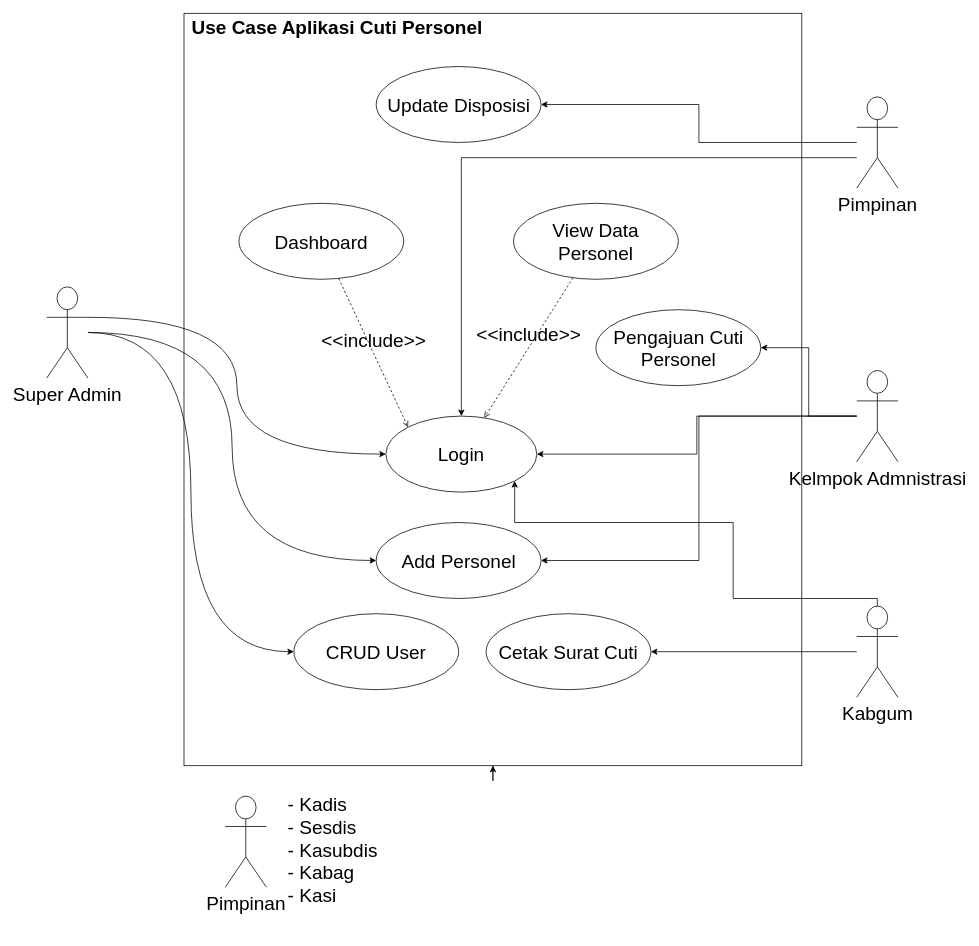
Above: Use Case.drawio in rahmatulfajri10/server (draw.io), before the change. Source tidied: cells renumbered, new cells numbered last; positions are measured from the earlier drawing's top-left corner, leaving out a move shared by most shapes. Both pictures are drawn from the tidied source at 76%, with x=0, y=0 at pixel (46, 13).
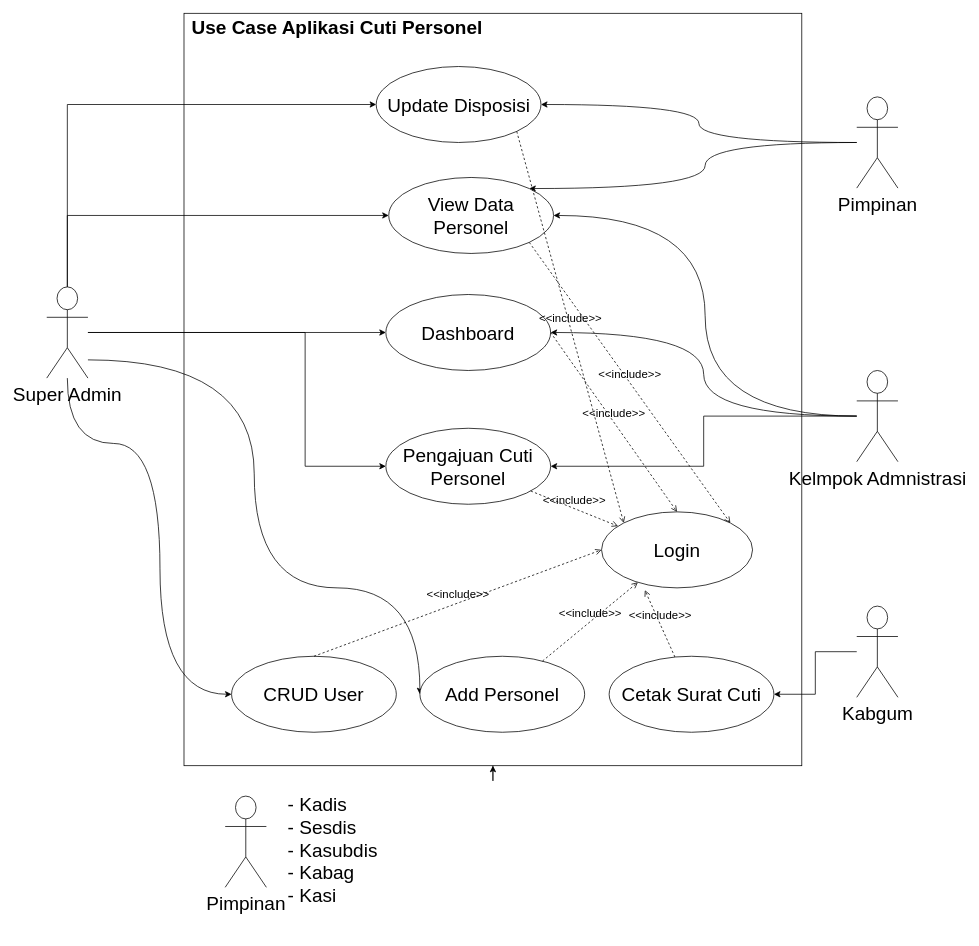
The same page after the edit.

What changed in the source:
```diff
@@
-    <mxCell id="2" style="group;fontSize=25;" parent="1" vertex="1">
-      <mxGeometry width="1120" height="1210" as="geometry" />
-    </mxCell>
-    <mxCell id="3" value="&lt;p style=&quot;margin: 4px 0px 0px 10px; text-align: left; font-size: 25px;&quot;&gt;&lt;b style=&quot;font-size: 25px;&quot;&gt;Use Case Aplikasi Cuti Personel&lt;/b&gt;&lt;/p&gt;" style="html=1;strokeWidth=1;shape=mxgraph.sysml.package;html=1;overflow=fill;whiteSpace=wrap;fillColor=none;gradientColor=none;fontSize=25;align=center;labelX=0;" parent="2" vertex="1">
+    <mxCell id="3" value="&lt;p style=&quot;margin: 4px 0px 0px 10px; text-align: left; font-size: 25px;&quot;&gt;&lt;b style=&quot;font-size: 25px;&quot;&gt;Use Case Aplikasi Cuti Personel&lt;/b&gt;&lt;/p&gt;" style="html=1;strokeWidth=1;shape=mxgraph.sysml.package;html=1;overflow=fill;whiteSpace=wrap;fillColor=none;gradientColor=none;fontSize=25;align=center;labelX=0;" parent="1" vertex="1">
       <mxGeometry x="180.6" width="812.9" height="990" as="geometry" />
     </mxCell>
+    <mxCell id="17" style="edgeStyle=orthogonalEdgeStyle;jettySize=auto;html=1;entryX=0;entryY=0.5;entryDx=0;entryDy=0;curved=1;" parent="1" edge="1" source="4" target="16">
+      <mxGeometry relative="1" as="geometry">
+        <Array as="points">
+          <mxPoint x="273" y="456" />
+          <mxPoint x="273" y="756" />
+          <mxPoint x="491" y="756" />
+        </Array>
+      </mxGeometry>
+    </mxCell>
+    <mxCell id="31" style="edgeStyle=orthogonalEdgeStyle;rounded=0;jettySize=auto;html=1;entryX=0;entryY=0.5;entryDx=0;entryDy=0;" parent="1" edge="1" source="4" target="18">
+      <mxGeometry relative="1" as="geometry">
+        <Array as="points">
+          <mxPoint x="27" y="120" />
+        </Array>
+      </mxGeometry>
+    </mxCell>
+    <mxCell id="32" style="edgeStyle=orthogonalEdgeStyle;rounded=0;jettySize=auto;html=1;entryX=0;entryY=0.5;entryDx=0;entryDy=0;" parent="1" edge="1" source="4" target="15">
+      <mxGeometry relative="1" as="geometry">
+        <Array as="points">
+          <mxPoint x="27" y="266" />
+        </Array>
+      </mxGeometry>
+    </mxCell>
+    <mxCell id="33" style="edgeStyle=orthogonalEdgeStyle;rounded=0;jettySize=auto;html=1;" parent="1" edge="1" source="4" target="14">
+      <mxGeometry relative="1" as="geometry" />
+    </mxCell>
+    <mxCell id="34" style="edgeStyle=orthogonalEdgeStyle;rounded=0;jettySize=auto;html=1;entryX=0;entryY=0.5;entryDx=0;entryDy=0;" parent="1" edge="1" source="4" target="21">
+      <mxGeometry relative="1" as="geometry">
+        <Array as="points">
+          <mxPoint x="340" y="420" />
+          <mxPoint x="340" y="596" />
+        </Array>
+      </mxGeometry>
+    </mxCell>
-    <mxCell id="4" value="Super Admin" style="shape=umlActor;verticalLabelPosition=bottom;verticalAlign=top;html=1;outlineConnect=0;fontSize=25;" parent="2" vertex="1">
+    <mxCell id="4" value="Super Admin" style="shape=umlActor;verticalLabelPosition=bottom;verticalAlign=top;html=1;outlineConnect=0;fontSize=25;" parent="1" vertex="1">
       <mxGeometry y="360" width="54.2" height="120" as="geometry" />
     </mxCell>
+    <mxCell id="35" style="edgeStyle=orthogonalEdgeStyle;jettySize=auto;html=1;entryX=1;entryY=0;entryDx=0;entryDy=0;curved=1;" parent="1" edge="1" source="5" target="15">
+      <mxGeometry relative="1" as="geometry" />
+    </mxCell>
-    <mxCell id="5" value="Pimpinan" style="shape=umlActor;verticalLabelPosition=bottom;verticalAlign=top;html=1;outlineConnect=0;fontSize=25;" parent="2" vertex="1">
+    <mxCell id="5" value="Pimpinan" style="shape=umlActor;verticalLabelPosition=bottom;verticalAlign=top;html=1;outlineConnect=0;fontSize=25;" parent="1" vertex="1">
       <mxGeometry x="1065.8" y="110" width="54.2" height="120" as="geometry" />
     </mxCell>
-    <mxCell id="6" style="edgeStyle=orthogonalEdgeStyle;rounded=0;jettySize=auto;html=1;entryX=1;entryY=0.5;entryDx=0;entryDy=0;" parent="2" edge="1" source="7" target="16">
-      <mxGeometry relative="1" as="geometry" />
-    </mxCell>
+    <mxCell id="36" style="edgeStyle=orthogonalEdgeStyle;jettySize=auto;html=1;entryX=1;entryY=0.5;entryDx=0;entryDy=0;curved=1;" parent="1" edge="1" source="7" target="15">
+      <mxGeometry relative="1" as="geometry" />
+    </mxCell>
+    <mxCell id="37" style="edgeStyle=orthogonalEdgeStyle;jettySize=auto;html=1;curved=1;" parent="1" edge="1" source="7" target="14">
+      <mxGeometry relative="1" as="geometry" />
+    </mxCell>
+    <mxCell id="25" style="edgeStyle=orthogonalEdgeStyle;rounded=0;jettySize=auto;html=1;entryX=1;entryY=0.5;entryDx=0;entryDy=0;" parent="1" edge="1" source="7" target="21">
+      <mxGeometry relative="1" as="geometry" />
+    </mxCell>
-    <mxCell id="7" value="Kelmpok Admnistrasi" style="shape=umlActor;verticalLabelPosition=bottom;verticalAlign=top;html=1;outlineConnect=0;fontSize=25;" parent="2" vertex="1">
+    <mxCell id="7" value="Kelmpok Admnistrasi" style="shape=umlActor;verticalLabelPosition=bottom;verticalAlign=top;html=1;outlineConnect=0;fontSize=25;" parent="1" vertex="1">
       <mxGeometry x="1065.8" y="470" width="54.2" height="120" as="geometry" />
     </mxCell>
+    <mxCell id="27" style="edgeStyle=orthogonalEdgeStyle;rounded=0;jettySize=auto;html=1;" parent="1" edge="1" source="8" target="22">
+      <mxGeometry relative="1" as="geometry" />
+    </mxCell>
-    <mxCell id="8" value="Kabgum" style="shape=umlActor;verticalLabelPosition=bottom;verticalAlign=top;html=1;outlineConnect=0;fontSize=25;" parent="2" vertex="1">
+    <mxCell id="8" value="Kabgum" style="shape=umlActor;verticalLabelPosition=bottom;verticalAlign=top;html=1;outlineConnect=0;fontSize=25;" parent="1" vertex="1">
       <mxGeometry x="1065.8" y="780" width="54.2" height="120" as="geometry" />
     </mxCell>
-    <mxCell id="9" value="Login" style="ellipse;whiteSpace=wrap;html=1;fontSize=25;" parent="2" vertex="1">
-      <mxGeometry x="446.2" y="530" width="198.7" height="100" as="geometry" />
+    <mxCell id="9" value="Login" style="ellipse;whiteSpace=wrap;html=1;fontSize=25;" parent="1" vertex="1">
+      <mxGeometry x="730" y="656" width="198.7" height="100" as="geometry" />
     </mxCell>
-    <mxCell id="10" style="edgeStyle=orthogonalEdgeStyle;jettySize=auto;html=1;exitX=1;exitY=0.3333333333333333;exitDx=0;exitDy=0;exitPerimeter=0;curved=1;entryX=0;entryY=0.5;entryDx=0;entryDy=0;fontSize=25;" parent="2" edge="1" source="4" target="9">
-      <mxGeometry relative="1" as="geometry" />
-    </mxCell>
-    <mxCell id="11" style="edgeStyle=orthogonalEdgeStyle;rounded=0;jettySize=auto;html=1;fontSize=25;" parent="2" edge="1" source="5" target="9">
-      <mxGeometry relative="1" as="geometry">
-        <Array as="points">
-          <mxPoint x="545.5" y="190" />
-        </Array>
-      </mxGeometry>
-    </mxCell>
-    <mxCell id="12" style="edgeStyle=orthogonalEdgeStyle;rounded=0;jettySize=auto;html=1;fontSize=25;" parent="2" edge="1" source="7" target="9">
-      <mxGeometry relative="1" as="geometry" />
-    </mxCell>
-    <mxCell id="13" style="edgeStyle=orthogonalEdgeStyle;rounded=0;jettySize=auto;html=1;entryX=1;entryY=1;entryDx=0;entryDy=0;fontSize=25;" parent="2" edge="1" source="8" target="9">
-      <mxGeometry relative="1" as="geometry">
-        <Array as="points">
-          <mxPoint x="1092.9" y="770" />
-          <mxPoint x="903.2" y="770" />
-          <mxPoint x="903.2" y="670" />
-          <mxPoint x="616" y="670" />
-        </Array>
-      </mxGeometry>
-    </mxCell>
-    <mxCell id="14" value="Dashboard" style="ellipse;whiteSpace=wrap;html=1;fontSize=25;" parent="2" vertex="1">
-      <mxGeometry x="252.9" y="250" width="216.8" height="100" as="geometry" />
+    <mxCell id="14" value="Dashboard" style="ellipse;whiteSpace=wrap;html=1;fontSize=25;" parent="1" vertex="1">
+      <mxGeometry x="446.2" y="370" width="216.8" height="100" as="geometry" />
     </mxCell>
-    <mxCell id="15" value="View Data Personel" style="ellipse;whiteSpace=wrap;html=1;fontSize=25;" parent="2" vertex="1">
-      <mxGeometry x="614.2" y="250" width="216.8" height="100" as="geometry" />
+    <mxCell id="15" value="View Data Personel" style="ellipse;whiteSpace=wrap;html=1;fontSize=25;" parent="1" vertex="1">
+      <mxGeometry x="450" y="216" width="216.8" height="100" as="geometry" />
     </mxCell>
-    <mxCell id="16" value="Add Personel" style="ellipse;whiteSpace=wrap;html=1;fontSize=25;" parent="2" vertex="1">
-      <mxGeometry x="433.5" y="670" width="216.8" height="100" as="geometry" />
+    <mxCell id="16" value="Add Personel" style="ellipse;whiteSpace=wrap;html=1;fontSize=25;" parent="1" vertex="1">
+      <mxGeometry x="491" y="846" width="216.8" height="100" as="geometry" />
     </mxCell>
-    <mxCell id="17" style="edgeStyle=orthogonalEdgeStyle;jettySize=auto;html=1;entryX=0;entryY=0.5;entryDx=0;entryDy=0;curved=1;fontSize=25;" parent="2" edge="1" source="4" target="16">
-      <mxGeometry relative="1" as="geometry" />
-    </mxCell>
-    <mxCell id="18" value="Update Disposisi" style="ellipse;whiteSpace=wrap;html=1;fontSize=25;" parent="2" vertex="1">
+    <mxCell id="18" value="Update Disposisi" style="ellipse;whiteSpace=wrap;html=1;fontSize=25;" parent="1" vertex="1">
       <mxGeometry x="433.5" y="70" width="216.8" height="100" as="geometry" />
     </mxCell>
-    <mxCell id="19" style="edgeStyle=orthogonalEdgeStyle;rounded=0;jettySize=auto;html=1;fontSize=25;" parent="2" edge="1" source="5" target="18">
+    <mxCell id="19" style="edgeStyle=orthogonalEdgeStyle;jettySize=auto;html=1;fontSize=25;curved=1;" parent="1" edge="1" source="5" target="18">
       <mxGeometry relative="1" as="geometry" />
     </mxCell>
-    <mxCell id="20" value="CRUD User" style="ellipse;whiteSpace=wrap;html=1;fontSize=25;" parent="2" vertex="1">
-      <mxGeometry x="325.2" y="790" width="216.8" height="100" as="geometry" />
+    <mxCell id="20" value="CRUD User" style="ellipse;whiteSpace=wrap;html=1;fontSize=25;" parent="1" vertex="1">
+      <mxGeometry x="243.2" y="846" width="216.8" height="100" as="geometry" />
     </mxCell>
-    <mxCell id="21" value="Pengajuan Cuti Personel" style="ellipse;whiteSpace=wrap;html=1;fontSize=25;" parent="2" vertex="1">
-      <mxGeometry x="722.6" y="390" width="216.8" height="100" as="geometry" />
+    <mxCell id="21" value="Pengajuan Cuti Personel" style="ellipse;whiteSpace=wrap;html=1;fontSize=25;" parent="1" vertex="1">
+      <mxGeometry x="446.2" y="546" width="216.8" height="100" as="geometry" />
     </mxCell>
-    <mxCell id="22" value="Cetak Surat Cuti" style="ellipse;whiteSpace=wrap;html=1;fontSize=25;" parent="2" vertex="1">
-      <mxGeometry x="578.1" y="790" width="216.8" height="100" as="geometry" />
+    <mxCell id="22" value="Cetak Surat Cuti" style="ellipse;whiteSpace=wrap;html=1;fontSize=25;" parent="1" vertex="1">
+      <mxGeometry x="740" y="846" width="216.8" height="100" as="geometry" />
     </mxCell>
-    <mxCell id="23" style="edgeStyle=orthogonalEdgeStyle;jettySize=auto;html=1;entryX=0;entryY=0.5;entryDx=0;entryDy=0;curved=1;fontSize=25;" parent="2" edge="1" source="4" target="20">
-      <mxGeometry relative="1" as="geometry" />
+    <mxCell id="23" style="edgeStyle=orthogonalEdgeStyle;jettySize=auto;html=1;curved=1;fontSize=25;entryX=0;entryY=0.5;entryDx=0;entryDy=0;" parent="1" edge="1" source="4" target="20">
+      <mxGeometry relative="1" as="geometry">
+        <Array as="points">
+          <mxPoint x="27" y="566" />
+          <mxPoint x="149" y="566" />
+          <mxPoint x="149" y="896" />
+        </Array>
+      </mxGeometry>
     </mxCell>
-    <mxCell id="24" value="&amp;lt;&amp;lt;include&amp;gt;&amp;gt;" style="edgeStyle=none;html=1;endArrow=open;verticalAlign=bottom;dashed=1;labelBackgroundColor=none;rounded=0;entryX=0;entryY=0;entryDx=0;entryDy=0;fontSize=25;" parent="2" edge="1" source="14" target="9">
-      <mxGeometry relative="1" as="geometry" />
-    </mxCell>
-    <mxCell id="25" style="edgeStyle=orthogonalEdgeStyle;rounded=0;jettySize=auto;html=1;fontSize=25;" parent="2" edge="1" source="7" target="21">
-      <mxGeometry relative="1" as="geometry" />
-    </mxCell>
-    <mxCell id="26" value="&amp;lt;&amp;lt;include&amp;gt;&amp;gt;" style="edgeStyle=none;html=1;endArrow=open;verticalAlign=bottom;dashed=1;labelBackgroundColor=none;rounded=0;fontSize=25;" parent="2" edge="1" source="15" target="9">
-      <mxGeometry relative="1" as="geometry" />
-    </mxCell>
-    <mxCell id="27" style="edgeStyle=orthogonalEdgeStyle;rounded=0;jettySize=auto;html=1;entryX=1;entryY=0.5;entryDx=0;entryDy=0;fontSize=25;" parent="2" edge="1" source="8" target="22">
-      <mxGeometry relative="1" as="geometry" />
-    </mxCell>
-    <mxCell id="28" style="edgeStyle=orthogonalEdgeStyle;rounded=0;orthogonalLoop=1;jettySize=auto;html=1;exitX=0.5;exitY=1;exitDx=0;exitDy=0;exitPerimeter=0;fontSize=25;" parent="2" edge="1" source="3" target="3">
+    <mxCell id="28" style="edgeStyle=orthogonalEdgeStyle;rounded=0;orthogonalLoop=1;jettySize=auto;html=1;exitX=0.5;exitY=1;exitDx=0;exitDy=0;exitPerimeter=0;fontSize=25;" parent="1" edge="1" source="3" target="3">
       <mxGeometry relative="1" as="geometry" />
     </mxCell>
-    <mxCell id="29" value="Pimpinan" style="shape=umlActor;verticalLabelPosition=bottom;verticalAlign=top;html=1;fontSize=25;" parent="2" vertex="1">
+    <mxCell id="29" value="Pimpinan" style="shape=umlActor;verticalLabelPosition=bottom;verticalAlign=top;html=1;fontSize=25;" parent="1" vertex="1">
       <mxGeometry x="234.8" y="1030" width="54.2" height="120" as="geometry" />
     </mxCell>
-    <mxCell id="30" value="&lt;div style=&quot;text-align: left; font-size: 25px;&quot;&gt;&lt;span style=&quot;background-color: initial; font-size: 25px;&quot;&gt;- Kadis&lt;/span&gt;&lt;/div&gt;&lt;div style=&quot;text-align: left; font-size: 25px;&quot;&gt;&lt;span style=&quot;background-color: initial; font-size: 25px;&quot;&gt;- Sesdis&lt;/span&gt;&lt;/div&gt;&lt;div style=&quot;text-align: left; font-size: 25px;&quot;&gt;&lt;span style=&quot;background-color: initial; font-size: 25px;&quot;&gt;- Kasubdis&lt;/span&gt;&lt;/div&gt;&lt;div style=&quot;text-align: left; font-size: 25px;&quot;&gt;&lt;span style=&quot;background-color: initial; font-size: 25px;&quot;&gt;- Kabag&lt;/span&gt;&lt;/div&gt;&lt;div style=&quot;text-align: left; font-size: 25px;&quot;&gt;&lt;span style=&quot;background-color: initial; font-size: 25px;&quot;&gt;- Kasi&lt;/span&gt;&lt;/div&gt;" style="text;html=1;align=center;verticalAlign=middle;strokeColor=none;fillColor=none;fontSize=25;" parent="2" vertex="1">
+    <mxCell id="30" value="&lt;div style=&quot;text-align: left; font-size: 25px;&quot;&gt;&lt;span style=&quot;background-color: initial; font-size: 25px;&quot;&gt;- Kadis&lt;/span&gt;&lt;/div&gt;&lt;div style=&quot;text-align: left; font-size: 25px;&quot;&gt;&lt;span style=&quot;background-color: initial; font-size: 25px;&quot;&gt;- Sesdis&lt;/span&gt;&lt;/div&gt;&lt;div style=&quot;text-align: left; font-size: 25px;&quot;&gt;&lt;span style=&quot;background-color: initial; font-size: 25px;&quot;&gt;- Kasubdis&lt;/span&gt;&lt;/div&gt;&lt;div style=&quot;text-align: left; font-size: 25px;&quot;&gt;&lt;span style=&quot;background-color: initial; font-size: 25px;&quot;&gt;- Kabag&lt;/span&gt;&lt;/div&gt;&lt;div style=&quot;text-align: left; font-size: 25px;&quot;&gt;&lt;span style=&quot;background-color: initial; font-size: 25px;&quot;&gt;- Kasi&lt;/span&gt;&lt;/div&gt;" style="text;html=1;align=center;verticalAlign=middle;strokeColor=none;fillColor=none;fontSize=25;" parent="1" vertex="1">
       <mxGeometry x="306.2" y="1020" width="140" height="160" as="geometry" />
     </mxCell>
+    <mxCell id="38" value="&lt;font style=&quot;font-size: 15px;&quot;&gt;&amp;lt;&amp;lt;include&amp;gt;&amp;gt;&lt;/font&gt;" style="html=1;verticalAlign=bottom;labelBackgroundColor=none;endArrow=open;endFill=0;dashed=1;rounded=0;" parent="1" edge="1" source="21" target="9">
+      <mxGeometry relative="1" as="geometry" />
+    </mxCell>
+    <mxCell id="39" value="&lt;font style=&quot;font-size: 15px;&quot;&gt;&amp;lt;&amp;lt;include&amp;gt;&amp;gt;&lt;/font&gt;" style="html=1;verticalAlign=bottom;labelBackgroundColor=none;endArrow=open;endFill=0;dashed=1;rounded=0;" parent="1" edge="1" source="16" target="9">
+      <mxGeometry relative="1" as="geometry" />
+    </mxCell>
+    <mxCell id="40" value="&lt;font style=&quot;font-size: 15px;&quot;&gt;&amp;lt;&amp;lt;include&amp;gt;&amp;gt;&lt;/font&gt;" style="html=1;verticalAlign=bottom;labelBackgroundColor=none;endArrow=open;endFill=0;dashed=1;rounded=0;" parent="1" edge="1" source="22">
+      <mxGeometry relative="1" as="geometry">
+        <mxPoint x="787" y="759" as="targetPoint" />
+      </mxGeometry>
+    </mxCell>
+    <mxCell id="41" value="&lt;font style=&quot;font-size: 15px;&quot;&gt;&amp;lt;&amp;lt;include&amp;gt;&amp;gt;&lt;/font&gt;" style="html=1;verticalAlign=bottom;labelBackgroundColor=none;endArrow=open;endFill=0;dashed=1;rounded=0;exitX=0.5;exitY=0;exitDx=0;exitDy=0;entryX=0;entryY=0.5;entryDx=0;entryDy=0;" parent="1" edge="1" source="20" target="9">
+      <mxGeometry relative="1" as="geometry" />
+    </mxCell>
+    <mxCell id="24" value="&lt;font style=&quot;font-size: 15px;&quot;&gt;&amp;lt;&amp;lt;include&amp;gt;&amp;gt;&lt;/font&gt;" style="html=1;verticalAlign=bottom;labelBackgroundColor=none;endArrow=open;endFill=0;dashed=1;rounded=0;entryX=0.5;entryY=0;entryDx=0;entryDy=0;exitX=1;exitY=0.5;exitDx=0;exitDy=0;" parent="1" edge="1" source="14" target="9">
+      <mxGeometry relative="1" as="geometry" />
+    </mxCell>
+    <mxCell id="26" value="&lt;font style=&quot;font-size: 15px;&quot;&gt;&amp;lt;&amp;lt;include&amp;gt;&amp;gt;&lt;/font&gt;" style="html=1;verticalAlign=bottom;labelBackgroundColor=none;endArrow=open;endFill=0;dashed=1;rounded=0;entryX=1;entryY=0;entryDx=0;entryDy=0;exitX=1;exitY=1;exitDx=0;exitDy=0;" parent="1" edge="1" source="15" target="9">
+      <mxGeometry relative="1" as="geometry" />
+    </mxCell>
+    <mxCell id="42" value="&lt;font style=&quot;font-size: 15px;&quot;&gt;&amp;lt;&amp;lt;include&amp;gt;&amp;gt;&lt;/font&gt;" style="html=1;verticalAlign=bottom;labelBackgroundColor=none;endArrow=open;endFill=0;dashed=1;rounded=0;entryX=0;entryY=0;entryDx=0;entryDy=0;exitX=1;exitY=1;exitDx=0;exitDy=0;" parent="1" edge="1" source="18" target="9">
+      <mxGeometry relative="1" as="geometry" />
+    </mxCell>
```
